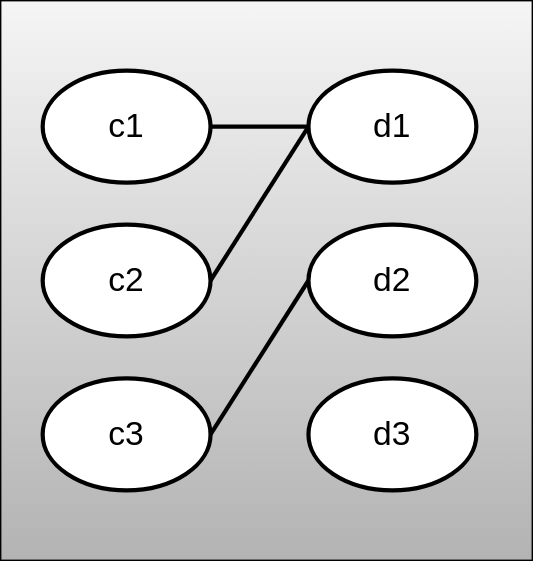
Before: doc/one-to-many.svg, a diagram exported from draw.io (devel0/skeleton-netcore-ef-code-first). Source tidied: cells renumbered, new cells last; positions are measured from the earlier drawing's top-left corner, leaving out a move shared by most shapes.
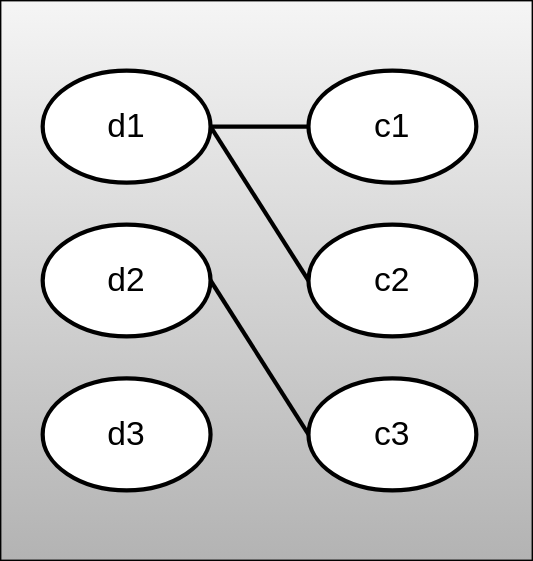
Later version of the same file.

The edit, as a diff of the source:
```diff
@@ -5,31 +5,31 @@
     <mxCell id="2" style="rounded=0;whiteSpace=wrap;html=1;fillColor=#f5f5f5;gradientColor=#b3b3b3;strokeColor=#000000;" parent="1" vertex="1">
       <mxGeometry width="380" height="400" as="geometry" />
     </mxCell>
-    <mxCell id="3" style="edgeStyle=none;html=1;exitX=1;exitY=0.5;exitDx=0;exitDy=0;entryX=0;entryY=0.5;entryDx=0;entryDy=0;strokeColor=#000000;fontSize=24;strokeWidth=3;endArrow=none;endFill=0;" parent="1" edge="1" source="10" target="7">
+    <mxCell id="3" style="edgeStyle=none;html=1;exitX=0;exitY=0.5;exitDx=0;exitDy=0;entryX=1;entryY=0.5;entryDx=0;entryDy=0;strokeColor=#000000;fontSize=24;strokeWidth=3;endArrow=none;endFill=0;" parent="1" edge="1" source="10" target="7">
       <mxGeometry relative="1" as="geometry" />
     </mxCell>
     <mxCell id="4" value="c2" style="ellipse;whiteSpace=wrap;html=1;strokeColor=#000000;fontSize=24;strokeWidth=3;" parent="1" vertex="1">
-      <mxGeometry x="30" y="160" width="120" height="80" as="geometry" />
+      <mxGeometry x="220" y="160" width="120" height="80" as="geometry" />
     </mxCell>
-    <mxCell id="5" style="edgeStyle=none;html=1;exitX=1;exitY=0.5;exitDx=0;exitDy=0;entryX=0;entryY=0.5;entryDx=0;entryDy=0;strokeColor=#000000;fontSize=24;strokeWidth=3;endArrow=none;endFill=0;" parent="1" edge="1" source="4" target="7">
+    <mxCell id="5" style="edgeStyle=none;html=1;exitX=0;exitY=0.5;exitDx=0;exitDy=0;entryX=1;entryY=0.5;entryDx=0;entryDy=0;strokeColor=#000000;fontSize=24;strokeWidth=3;endArrow=none;endFill=0;" parent="1" edge="1" source="4" target="7">
       <mxGeometry relative="1" as="geometry" />
     </mxCell>
     <mxCell id="6" value="c3" style="ellipse;whiteSpace=wrap;html=1;strokeColor=#000000;fontSize=24;strokeWidth=3;" parent="1" vertex="1">
-      <mxGeometry x="30" y="270" width="120" height="80" as="geometry" />
+      <mxGeometry x="220" y="270" width="120" height="80" as="geometry" />
     </mxCell>
     <mxCell id="7" value="d1" style="ellipse;whiteSpace=wrap;html=1;strokeColor=#000000;fontSize=24;strokeWidth=3;" parent="1" vertex="1">
-      <mxGeometry x="220" y="50" width="120" height="80" as="geometry" />
+      <mxGeometry x="30" y="50" width="120" height="80" as="geometry" />
     </mxCell>
     <mxCell id="8" value="d2" style="ellipse;whiteSpace=wrap;html=1;strokeColor=#000000;fontSize=24;strokeWidth=3;" parent="1" vertex="1">
-      <mxGeometry x="220" y="160" width="120" height="80" as="geometry" />
+      <mxGeometry x="30" y="160" width="120" height="80" as="geometry" />
     </mxCell>
     <mxCell id="9" value="d3" style="ellipse;whiteSpace=wrap;html=1;strokeColor=#000000;fontSize=24;strokeWidth=3;" parent="1" vertex="1">
-      <mxGeometry x="220" y="270" width="120" height="80" as="geometry" />
+      <mxGeometry x="30" y="270" width="120" height="80" as="geometry" />
     </mxCell>
     <mxCell id="10" value="c1" style="ellipse;whiteSpace=wrap;html=1;strokeColor=#000000;fontSize=24;strokeWidth=3;" parent="1" vertex="1">
-      <mxGeometry x="30" y="50" width="120" height="80" as="geometry" />
+      <mxGeometry x="220" y="50" width="120" height="80" as="geometry" />
     </mxCell>
-    <mxCell id="11" style="edgeStyle=none;html=1;exitX=1;exitY=0.5;exitDx=0;exitDy=0;entryX=0;entryY=0.5;entryDx=0;entryDy=0;strokeColor=#000000;fontSize=24;strokeWidth=3;endArrow=none;endFill=0;" parent="1" edge="1" source="6" target="8">
+    <mxCell id="11" style="edgeStyle=none;html=1;exitX=0;exitY=0.5;exitDx=0;exitDy=0;entryX=1;entryY=0.5;entryDx=0;entryDy=0;strokeColor=#000000;fontSize=24;strokeWidth=3;endArrow=none;endFill=0;" parent="1" edge="1" source="6" target="8">
       <mxGeometry relative="1" as="geometry" />
     </mxCell>
   </root>
```
